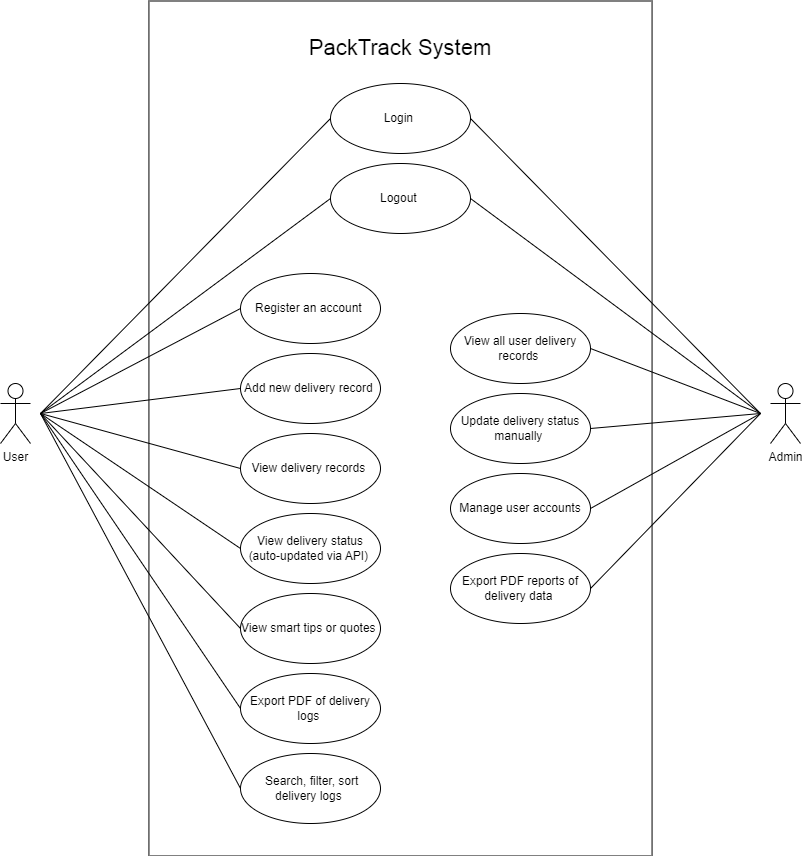
This is Documents/images/Diagrams/UseCase.drawio.png from rasha-2k/PackTrack, a draw.io export, as it was before one commit. Source tidied: cells renumbered, new cells last; positions are measured from the earlier drawing's top-left corner, leaving out a move shared by most shapes.
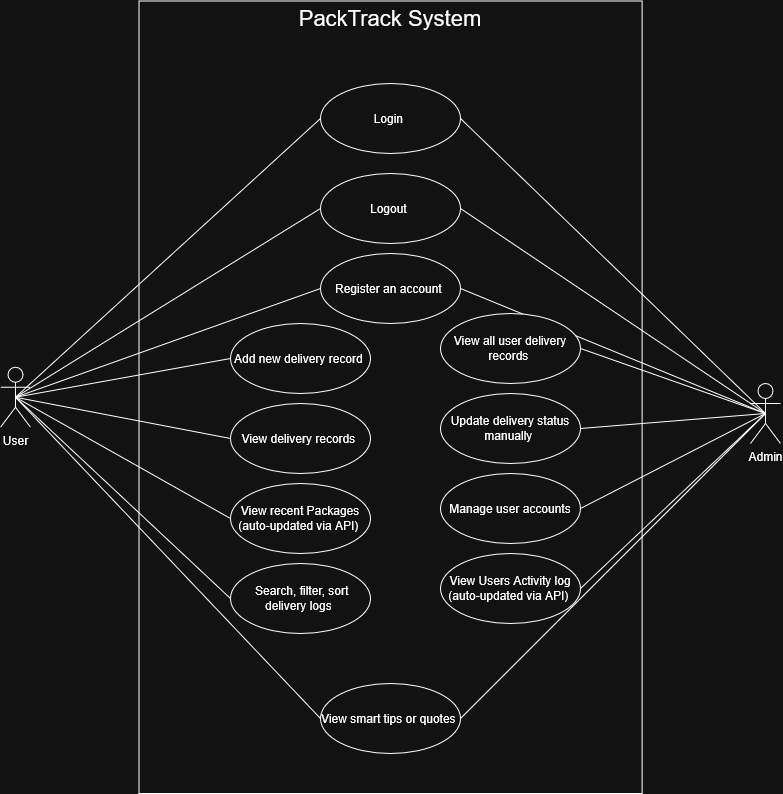
The same file after the commit.

Commit message:
Update Use Case diagram

What changed in the source:
```diff
@@ -2,131 +2,101 @@
   <root>
     <mxCell id="0" />
     <mxCell id="1" parent="0" />
+    <mxCell id="29" style="shape=rect;html=1;verticalAlign=top;fontStyle=1;whiteSpace=wrap;align=center;fillColor=default;" parent="1" vertex="1">
+      <mxGeometry x="148.4" y="-0.5" width="503.1" height="792.5" as="geometry" />
+    </mxCell>
-    <mxCell id="2" value="&lt;div&gt;&lt;span style=&quot;font-size: 12px;&quot;&gt;Register an account&amp;nbsp;&lt;/span&gt;&lt;/div&gt;" style="ellipse;whiteSpace=wrap;html=1;align=center;" parent="1" vertex="1">
-      <mxGeometry x="240" y="272" width="140" height="70" as="geometry" />
+    <mxCell id="2" value="&lt;div&gt;&lt;span style=&quot;font-size: 12px;&quot;&gt;&lt;font style=&quot;color: light-dark(rgb(0, 0, 0), rgb(255, 255, 255));&quot;&gt;Register an account&amp;nbsp;&lt;/font&gt;&lt;/span&gt;&lt;/div&gt;" style="ellipse;whiteSpace=wrap;html=1;align=center;fontColor=light-dark(#FFFFFF,#FFFFFF);" parent="1" vertex="1">
+      <mxGeometry x="330" y="252" width="140" height="70" as="geometry" />
     </mxCell>
-    <mxCell id="3" style="rounded=0;jettySize=auto;html=1;endArrow=none;startFill=0;entryX=1;entryY=0.5;entryDx=0;entryDy=0;" parent="1" edge="1" target="22">
-      <mxGeometry relative="1" as="geometry">
-        <mxPoint x="760" y="412" as="sourcePoint" />
-      </mxGeometry>
+    <mxCell id="3" style="rounded=0;jettySize=auto;html=1;endArrow=none;startFill=0;entryX=1;entryY=0.5;entryDx=0;entryDy=0;exitX=0.5;exitY=0.5;exitDx=0;exitDy=0;exitPerimeter=0;" parent="1" edge="1" source="7" target="22">
+      <mxGeometry relative="1" as="geometry" />
     </mxCell>
-    <mxCell id="4" style="rounded=0;jettySize=auto;html=1;entryX=1;entryY=0.5;entryDx=0;entryDy=0;endArrow=none;startFill=0;" parent="1" edge="1" target="23">
-      <mxGeometry relative="1" as="geometry">
-        <mxPoint x="760" y="412" as="sourcePoint" />
-      </mxGeometry>
+    <mxCell id="4" style="rounded=0;jettySize=auto;html=1;entryX=1;entryY=0.5;entryDx=0;entryDy=0;endArrow=none;startFill=0;exitX=0.5;exitY=0.5;exitDx=0;exitDy=0;exitPerimeter=0;" parent="1" edge="1" source="7" target="23">
+      <mxGeometry relative="1" as="geometry" />
     </mxCell>
-    <mxCell id="5" style="rounded=0;jettySize=auto;html=1;entryX=1;entryY=0.5;entryDx=0;entryDy=0;endArrow=none;startFill=0;" parent="1" edge="1" target="24">
-      <mxGeometry relative="1" as="geometry">
-        <mxPoint x="760" y="412" as="sourcePoint" />
-      </mxGeometry>
-    </mxCell>
-    <mxCell id="6" style="rounded=0;jettySize=auto;html=1;entryX=1;entryY=0.5;entryDx=0;entryDy=0;elbow=vertical;endArrow=none;startFill=0;" parent="1" edge="1" target="20">
-      <mxGeometry relative="1" as="geometry">
-        <mxPoint x="760" y="412" as="sourcePoint" />
-      </mxGeometry>
+    <mxCell id="6" style="rounded=0;jettySize=auto;html=1;entryX=1;entryY=0.5;entryDx=0;entryDy=0;elbow=vertical;endArrow=none;startFill=0;exitX=0.5;exitY=0.5;exitDx=0;exitDy=0;exitPerimeter=0;" parent="1" edge="1" source="7" target="20">
+      <mxGeometry relative="1" as="geometry" />
     </mxCell>
+    <mxCell id="34" style="edgeStyle=none;html=1;entryX=1;entryY=0.5;entryDx=0;entryDy=0;endArrow=none;endFill=0;exitX=0.5;exitY=0.5;exitDx=0;exitDy=0;exitPerimeter=0;" parent="1" edge="1" source="7" target="36">
+      <mxGeometry relative="1" as="geometry" />
+    </mxCell>
+    <mxCell id="35" style="edgeStyle=none;html=1;entryX=1;entryY=0.5;entryDx=0;entryDy=0;endArrow=none;endFill=0;exitX=0.5;exitY=0.5;exitDx=0;exitDy=0;exitPerimeter=0;" parent="1" edge="1" source="7" target="18">
+      <mxGeometry relative="1" as="geometry" />
+    </mxCell>
     <mxCell id="7" value="Admin" style="shape=umlActor;html=1;verticalLabelPosition=bottom;verticalAlign=top;align=center;" parent="1" vertex="1">
-      <mxGeometry x="770" y="382" width="30" height="60" as="geometry" />
+      <mxGeometry x="760" y="382" width="30" height="60" as="geometry" />
     </mxCell>
-    <mxCell id="8" style="rounded=0;jettySize=auto;html=1;entryX=0;entryY=0.5;entryDx=0;entryDy=0;endArrow=none;startFill=0;" parent="1" edge="1" target="2">
-      <mxGeometry relative="1" as="geometry">
-        <mxPoint x="40" y="412" as="sourcePoint" />
-      </mxGeometry>
+    <mxCell id="8" style="rounded=0;jettySize=auto;html=1;entryX=0;entryY=0.5;entryDx=0;entryDy=0;endArrow=none;startFill=0;exitX=0.5;exitY=0.5;exitDx=0;exitDy=0;exitPerimeter=0;" parent="1" edge="1" source="30" target="2">
+      <mxGeometry relative="1" as="geometry" />
     </mxCell>
-    <mxCell id="9" style="rounded=0;jettySize=auto;html=1;endArrow=none;startFill=0;entryX=0;entryY=0.5;entryDx=0;entryDy=0;" parent="1" edge="1" target="14">
-      <mxGeometry relative="1" as="geometry">
-        <mxPoint x="40" y="412" as="sourcePoint" />
-      </mxGeometry>
+    <mxCell id="9" style="rounded=0;jettySize=auto;html=1;endArrow=none;startFill=0;entryX=0;entryY=0.5;entryDx=0;entryDy=0;exitX=0.5;exitY=0.5;exitDx=0;exitDy=0;exitPerimeter=0;" parent="1" edge="1" source="30" target="14">
+      <mxGeometry relative="1" as="geometry" />
     </mxCell>
-    <mxCell id="10" style="rounded=0;jettySize=auto;html=1;entryX=0;entryY=0.5;entryDx=0;entryDy=0;endArrow=none;startFill=0;" parent="1" edge="1" target="15">
-      <mxGeometry relative="1" as="geometry">
-        <mxPoint x="40" y="412" as="sourcePoint" />
-      </mxGeometry>
+    <mxCell id="10" style="rounded=0;jettySize=auto;html=1;entryX=0;entryY=0.5;entryDx=0;entryDy=0;endArrow=none;startFill=0;exitX=0.5;exitY=0.5;exitDx=0;exitDy=0;exitPerimeter=0;" parent="1" edge="1" source="30" target="15">
+      <mxGeometry relative="1" as="geometry" />
     </mxCell>
-    <mxCell id="11" style="rounded=0;jettySize=auto;html=1;entryX=0;entryY=0.5;entryDx=0;entryDy=0;endArrow=none;startFill=0;" parent="1" edge="1" target="18">
-      <mxGeometry relative="1" as="geometry">
-        <mxPoint x="40" y="412" as="sourcePoint" />
-      </mxGeometry>
+    <mxCell id="11" style="rounded=0;jettySize=auto;html=1;entryX=0;entryY=0.5;entryDx=0;entryDy=0;endArrow=none;startFill=0;exitX=0.5;exitY=0.5;exitDx=0;exitDy=0;exitPerimeter=0;" parent="1" edge="1" source="30" target="18">
+      <mxGeometry relative="1" as="geometry" />
     </mxCell>
-    <mxCell id="12" style="rounded=0;jettySize=auto;html=1;entryX=0;entryY=0.5;entryDx=0;entryDy=0;endArrow=none;startFill=0;" parent="1" edge="1" target="19">
-      <mxGeometry relative="1" as="geometry">
-        <mxPoint x="40" y="412" as="sourcePoint" />
-      </mxGeometry>
-    </mxCell>
-    <mxCell id="13" style="rounded=0;jettySize=auto;html=1;endArrow=none;startFill=0;exitX=1;exitY=0.5;exitDx=0;exitDy=0;" parent="1" edge="1" source="14">
-      <mxGeometry relative="1" as="geometry">
-        <mxPoint x="760" y="412" as="targetPoint" />
-      </mxGeometry>
+    <mxCell id="13" style="rounded=0;jettySize=auto;html=1;endArrow=none;startFill=0;exitX=1;exitY=0.5;exitDx=0;exitDy=0;entryX=0.5;entryY=0.5;entryDx=0;entryDy=0;entryPerimeter=0;" parent="1" edge="1" source="14" target="7">
+      <mxGeometry relative="1" as="geometry" />
     </mxCell>
-    <mxCell id="14" value="&lt;span style=&quot;font-size: 12px;&quot;&gt;Login&amp;nbsp;&lt;/span&gt;" style="ellipse;whiteSpace=wrap;html=1;" parent="1" vertex="1">
+    <mxCell id="14" value="&lt;span style=&quot;font-size: 12px;&quot;&gt;&lt;font style=&quot;color: light-dark(rgb(0, 0, 0), rgb(255, 255, 255));&quot;&gt;Login&amp;nbsp;&lt;/font&gt;&lt;/span&gt;" style="ellipse;whiteSpace=wrap;html=1;" parent="1" vertex="1">
       <mxGeometry x="330" y="82" width="140" height="70" as="geometry" />
     </mxCell>
-    <mxCell id="15" value="&lt;div style=&quot;&quot;&gt;&lt;div&gt;Add new delivery record&amp;nbsp;&lt;/div&gt;&lt;/div&gt;" style="ellipse;whiteSpace=wrap;html=1;align=center;" parent="1" vertex="1">
-      <mxGeometry x="240" y="352" width="140" height="70" as="geometry" />
+    <mxCell id="15" value="&lt;div style=&quot;&quot;&gt;&lt;div&gt;&lt;font style=&quot;color: light-dark(rgb(0, 0, 0), rgb(255, 255, 255));&quot;&gt;Add new delivery record&amp;nbsp;&lt;/font&gt;&lt;/div&gt;&lt;/div&gt;" style="ellipse;whiteSpace=wrap;html=1;align=center;fontColor=light-dark(#FFFFFF,#FFFFFF);" parent="1" vertex="1">
+      <mxGeometry x="240" y="322" width="140" height="70" as="geometry" />
     </mxCell>
-    <mxCell id="16" value="&lt;div style=&quot;&quot;&gt;&lt;div&gt;&lt;div&gt;&lt;span style=&quot;font-size: 12px;&quot;&gt;View delivery records&amp;nbsp;&lt;/span&gt;&lt;/div&gt;&lt;/div&gt;&lt;/div&gt;" style="ellipse;whiteSpace=wrap;html=1;align=center;" parent="1" vertex="1">
-      <mxGeometry x="240" y="432" width="140" height="70" as="geometry" />
+    <mxCell id="16" value="&lt;div style=&quot;&quot;&gt;&lt;div&gt;&lt;div&gt;&lt;span style=&quot;font-size: 12px;&quot;&gt;&lt;font style=&quot;color: light-dark(rgb(0, 0, 0), rgb(255, 255, 255));&quot;&gt;View delivery records&amp;nbsp;&lt;/font&gt;&lt;/span&gt;&lt;/div&gt;&lt;/div&gt;&lt;/div&gt;" style="ellipse;whiteSpace=wrap;html=1;align=center;fontColor=light-dark(#FFFFFF,#FFFFFF);" parent="1" vertex="1">
+      <mxGeometry x="240" y="402" width="140" height="70" as="geometry" />
     </mxCell>
-    <mxCell id="17" value="&lt;div style=&quot;&quot;&gt;&lt;div&gt;&lt;div&gt;&lt;div&gt;&lt;span style=&quot;font-size: 12px;&quot;&gt;View delivery status (auto-updated via API)&amp;nbsp;&lt;/span&gt;&lt;/div&gt;&lt;/div&gt;&lt;/div&gt;&lt;/div&gt;" style="ellipse;whiteSpace=wrap;html=1;align=center;" parent="1" vertex="1">
-      <mxGeometry x="240" y="512" width="140" height="70" as="geometry" />
+    <mxCell id="17" value="&lt;div style=&quot;&quot;&gt;&lt;div&gt;&lt;div&gt;&lt;div&gt;&lt;span style=&quot;font-size: 12px;&quot;&gt;&lt;font style=&quot;color: light-dark(rgb(0, 0, 0), rgb(255, 255, 255));&quot;&gt;View recent Packages (auto-updated via API)&amp;nbsp;&lt;/font&gt;&lt;/span&gt;&lt;/div&gt;&lt;/div&gt;&lt;/div&gt;&lt;/div&gt;" style="ellipse;whiteSpace=wrap;html=1;align=center;fontColor=light-dark(#FFFFFF,#FFFFFF);" parent="1" vertex="1">
+      <mxGeometry x="240" y="482" width="140" height="70" as="geometry" />
     </mxCell>
-    <mxCell id="18" value="&lt;div style=&quot;&quot;&gt;&lt;div&gt;&lt;div&gt;&lt;div&gt;&lt;div&gt;&lt;span style=&quot;font-size: 12px;&quot;&gt;View smart tips or quotes&amp;nbsp;&lt;/span&gt;&lt;/div&gt;&lt;/div&gt;&lt;/div&gt;&lt;/div&gt;&lt;/div&gt;" style="ellipse;whiteSpace=wrap;html=1;align=center;" parent="1" vertex="1">
-      <mxGeometry x="240" y="592" width="140" height="70" as="geometry" />
+    <mxCell id="18" value="&lt;div style=&quot;&quot;&gt;&lt;div&gt;&lt;div&gt;&lt;div&gt;&lt;div&gt;&lt;span style=&quot;font-size: 12px;&quot;&gt;&lt;font style=&quot;color: light-dark(rgb(0, 0, 0), rgb(255, 255, 255));&quot;&gt;View smart tips or quotes&amp;nbsp;&lt;/font&gt;&lt;/span&gt;&lt;/div&gt;&lt;/div&gt;&lt;/div&gt;&lt;/div&gt;&lt;/div&gt;" style="ellipse;whiteSpace=wrap;html=1;align=center;fontColor=light-dark(#FFFFFF,#FFFFFF);" parent="1" vertex="1">
+      <mxGeometry x="330" y="682" width="140" height="70" as="geometry" />
     </mxCell>
-    <mxCell id="19" value="&lt;div style=&quot;&quot;&gt;&lt;div&gt;&lt;div&gt;&lt;div&gt;&lt;div&gt;&lt;span style=&quot;font-size: 12px;&quot;&gt;Export PDF of delivery logs&amp;nbsp;&lt;/span&gt;&lt;/div&gt;&lt;/div&gt;&lt;/div&gt;&lt;/div&gt;&lt;/div&gt;" style="ellipse;whiteSpace=wrap;html=1;align=center;" parent="1" vertex="1">
-      <mxGeometry x="240" y="672" width="140" height="70" as="geometry" />
-    </mxCell>
-    <mxCell id="20" value="&lt;div style=&quot;text-align: start;&quot;&gt;&lt;div&gt;&lt;div&gt;&lt;div&gt;&lt;div&gt;&lt;span style=&quot;font-size: 12px;&quot;&gt;Logout&amp;nbsp;&lt;/span&gt;&lt;br&gt;&lt;/div&gt;&lt;/div&gt;&lt;/div&gt;&lt;/div&gt;&lt;/div&gt;" style="ellipse;whiteSpace=wrap;html=1;" parent="1" vertex="1">
-      <mxGeometry x="330" y="162" width="140" height="70" as="geometry" />
+    <mxCell id="20" value="&lt;div style=&quot;text-align: start;&quot;&gt;&lt;div&gt;&lt;div&gt;&lt;div&gt;&lt;div&gt;&lt;span style=&quot;font-size: 12px;&quot;&gt;&lt;font style=&quot;color: light-dark(rgb(0, 0, 0), rgb(255, 255, 255));&quot;&gt;Logout&amp;nbsp;&lt;/font&gt;&lt;/span&gt;&lt;br&gt;&lt;/div&gt;&lt;/div&gt;&lt;/div&gt;&lt;/div&gt;&lt;/div&gt;" style="ellipse;whiteSpace=wrap;html=1;" parent="1" vertex="1">
+      <mxGeometry x="330" y="172" width="140" height="70" as="geometry" />
     </mxCell>
-    <mxCell id="21" value="&lt;div style=&quot;&quot;&gt;&lt;div&gt;&lt;div&gt;&lt;div&gt;&lt;div&gt;&lt;div&gt;&lt;div&gt;&lt;span style=&quot;font-size: 12px;&quot;&gt;View all user delivery records&amp;nbsp;&lt;/span&gt;&lt;/div&gt;&lt;/div&gt;&lt;/div&gt;&lt;/div&gt;&lt;/div&gt;&lt;/div&gt;&lt;/div&gt;" style="ellipse;whiteSpace=wrap;html=1;align=center;" parent="1" vertex="1">
-      <mxGeometry x="450" y="312" width="140" height="70" as="geometry" />
-    </mxCell>
-    <mxCell id="22" value="&lt;div style=&quot;&quot;&gt;&lt;div&gt;&lt;div&gt;&lt;div&gt;&lt;div&gt;&lt;div&gt;&lt;div&gt;&lt;div&gt;&lt;span style=&quot;font-size: 12px;&quot;&gt;Update delivery status manually&amp;nbsp;&lt;/span&gt;&lt;/div&gt;&lt;/div&gt;&lt;/div&gt;&lt;/div&gt;&lt;/div&gt;&lt;/div&gt;&lt;/div&gt;&lt;/div&gt;" style="ellipse;whiteSpace=wrap;html=1;align=center;" parent="1" vertex="1">
+    <mxCell id="22" value="&lt;div style=&quot;&quot;&gt;&lt;div&gt;&lt;div&gt;&lt;div&gt;&lt;div&gt;&lt;div&gt;&lt;div&gt;&lt;div&gt;&lt;span style=&quot;font-size: 12px;&quot;&gt;&lt;font style=&quot;color: light-dark(rgb(0, 0, 0), rgb(255, 255, 255));&quot;&gt;Update delivery status manually&amp;nbsp;&lt;/font&gt;&lt;/span&gt;&lt;/div&gt;&lt;/div&gt;&lt;/div&gt;&lt;/div&gt;&lt;/div&gt;&lt;/div&gt;&lt;/div&gt;&lt;/div&gt;" style="ellipse;whiteSpace=wrap;html=1;align=center;fontColor=light-dark(#FFFFFF,#FFFFFF);" parent="1" vertex="1">
       <mxGeometry x="450" y="392" width="140" height="70" as="geometry" />
     </mxCell>
-    <mxCell id="23" value="&lt;div style=&quot;&quot;&gt;Manage user accounts&lt;br&gt;&lt;/div&gt;" style="ellipse;whiteSpace=wrap;html=1;align=center;" parent="1" vertex="1">
+    <mxCell id="23" value="&lt;div style=&quot;&quot;&gt;&lt;font style=&quot;color: light-dark(rgb(0, 0, 0), rgb(255, 255, 255));&quot;&gt;Manage user accounts&lt;/font&gt;&lt;br&gt;&lt;/div&gt;" style="ellipse;whiteSpace=wrap;html=1;align=center;fontColor=light-dark(#FFFFFF,#FFFFFF);" parent="1" vertex="1">
       <mxGeometry x="450" y="472" width="140" height="70" as="geometry" />
     </mxCell>
-    <mxCell id="24" value="&lt;div style=&quot;&quot;&gt;&lt;div&gt;&lt;div&gt;&lt;div&gt;&lt;div&gt;&lt;div&gt;&lt;div&gt;&lt;div&gt;&lt;div&gt;&lt;span style=&quot;font-size: 12px;&quot;&gt;Export PDF reports of delivery data&amp;nbsp;&lt;/span&gt;&lt;/div&gt;&lt;/div&gt;&lt;/div&gt;&lt;/div&gt;&lt;/div&gt;&lt;/div&gt;&lt;/div&gt;&lt;/div&gt;&lt;/div&gt;" style="ellipse;whiteSpace=wrap;html=1;align=center;" parent="1" vertex="1">
-      <mxGeometry x="450" y="552" width="140" height="70" as="geometry" />
-    </mxCell>
-    <mxCell id="25" style="rounded=0;jettySize=auto;html=1;entryX=0;entryY=0.5;entryDx=0;entryDy=0;endArrow=none;startFill=0;" parent="1" edge="1" target="16">
-      <mxGeometry relative="1" as="geometry">
-        <mxPoint x="40" y="412" as="sourcePoint" />
-      </mxGeometry>
+    <mxCell id="25" style="rounded=0;jettySize=auto;html=1;entryX=0;entryY=0.5;entryDx=0;entryDy=0;endArrow=none;startFill=0;exitX=0.5;exitY=0.5;exitDx=0;exitDy=0;exitPerimeter=0;" parent="1" edge="1" source="30" target="16">
+      <mxGeometry relative="1" as="geometry" />
     </mxCell>
-    <mxCell id="26" style="rounded=0;jettySize=auto;html=1;entryX=0;entryY=0.5;entryDx=0;entryDy=0;endArrow=none;startFill=0;" parent="1" edge="1" target="17">
-      <mxGeometry relative="1" as="geometry">
-        <mxPoint x="40" y="412" as="sourcePoint" />
-      </mxGeometry>
+    <mxCell id="26" style="rounded=0;jettySize=auto;html=1;entryX=0;entryY=0.5;entryDx=0;entryDy=0;endArrow=none;startFill=0;exitX=0.5;exitY=0.5;exitDx=0;exitDy=0;exitPerimeter=0;" parent="1" edge="1" source="30" target="17">
+      <mxGeometry relative="1" as="geometry" />
     </mxCell>
-    <mxCell id="27" style="rounded=0;jettySize=auto;html=1;entryX=0;entryY=0.5;entryDx=0;entryDy=0;endArrow=none;startFill=0;" parent="1" edge="1" target="20">
-      <mxGeometry relative="1" as="geometry">
-        <mxPoint x="40" y="412" as="sourcePoint" />
-      </mxGeometry>
+    <mxCell id="27" style="rounded=0;jettySize=auto;html=1;entryX=0;entryY=0.5;entryDx=0;entryDy=0;endArrow=none;startFill=0;exitX=0.5;exitY=0.5;exitDx=0;exitDy=0;exitPerimeter=0;" parent="1" edge="1" source="30" target="20">
+      <mxGeometry relative="1" as="geometry" />
     </mxCell>
-    <mxCell id="28" style="rounded=0;jettySize=auto;html=1;entryX=1;entryY=0.5;entryDx=0;entryDy=0;endArrow=none;startFill=0;" parent="1" edge="1" target="21">
-      <mxGeometry relative="1" as="geometry">
-        <mxPoint x="760" y="412" as="sourcePoint" />
-      </mxGeometry>
-    </mxCell>
-    <mxCell id="29" style="shape=rect;html=1;verticalAlign=top;fontStyle=1;whiteSpace=wrap;align=center;fillColor=none;" parent="1" vertex="1">
-      <mxGeometry x="148.4" y="-0.5" width="503.1" height="855" as="geometry" />
-    </mxCell>
     <mxCell id="30" value="User" style="shape=umlActor;html=1;verticalLabelPosition=bottom;verticalAlign=top;align=center;" parent="1" vertex="1">
-      <mxGeometry y="382" width="30" height="60" as="geometry" />
+      <mxGeometry x="10" y="365.8" width="30" height="60" as="geometry" />
     </mxCell>
     <mxCell id="31" value="PackTrack System" style="text;html=1;align=center;verticalAlign=middle;whiteSpace=wrap;rounded=0;fontSize=22;fontStyle=0;" parent="1" vertex="1">
-      <mxGeometry x="300" y="32" width="200" height="30" as="geometry" />
+      <mxGeometry x="300" y="2" width="200" height="30" as="geometry" />
     </mxCell>
-    <mxCell id="32" style="rounded=0;jettySize=auto;html=1;exitX=0;exitY=0.5;exitDx=0;exitDy=0;endArrow=none;startFill=0;" parent="1" edge="1" source="33">
-      <mxGeometry relative="1" as="geometry">
-        <mxPoint x="40" y="412" as="targetPoint" />
-      </mxGeometry>
+    <mxCell id="32" style="rounded=0;jettySize=auto;html=1;exitX=0;exitY=0.5;exitDx=0;exitDy=0;endArrow=none;startFill=0;entryX=0.5;entryY=0.5;entryDx=0;entryDy=0;entryPerimeter=0;" parent="1" edge="1" source="33" target="30">
+      <mxGeometry relative="1" as="geometry" />
     </mxCell>
-    <mxCell id="33" value="&lt;div style=&quot;&quot;&gt;&lt;font&gt;&amp;nbsp;Search, filter, sort delivery logs&amp;nbsp;&lt;/font&gt;&lt;br&gt;&lt;/div&gt;" style="ellipse;whiteSpace=wrap;html=1;align=center;" parent="1" vertex="1">
-      <mxGeometry x="240" y="752" width="140" height="70" as="geometry" />
+    <mxCell id="33" value="&lt;div style=&quot;&quot;&gt;&lt;font style=&quot;color: light-dark(rgb(0, 0, 0), rgb(255, 255, 255));&quot;&gt;&amp;nbsp;Search, filter, sort delivery logs&amp;nbsp;&lt;/font&gt;&lt;br&gt;&lt;/div&gt;" style="ellipse;whiteSpace=wrap;html=1;align=center;fontColor=light-dark(#FFFFFF,#FFFFFF);" parent="1" vertex="1">
+      <mxGeometry x="240" y="562" width="140" height="70" as="geometry" />
     </mxCell>
+    <mxCell id="36" value="&lt;div style=&quot;&quot;&gt;&lt;span&gt;&lt;font style=&quot;color: light-dark(rgb(192, 192, 192), rgb(255, 255, 255));&quot;&gt;View Users Activity log&lt;br&gt;(auto-updated via API)&amp;nbsp;&lt;/font&gt;&lt;/span&gt;&lt;/div&gt;" style="ellipse;whiteSpace=wrap;html=1;align=center;" parent="1" vertex="1">
+      <mxGeometry x="450" y="552" width="140" height="70" as="geometry" />
+    </mxCell>
+    <mxCell id="28" style="rounded=0;jettySize=auto;html=1;entryX=1;entryY=0.5;entryDx=0;entryDy=0;endArrow=none;startFill=0;exitX=0.5;exitY=0.5;exitDx=0;exitDy=0;exitPerimeter=0;" parent="1" edge="1" source="7" target="21">
+      <mxGeometry relative="1" as="geometry" />
+    </mxCell>
+    <mxCell id="37" style="rounded=0;jettySize=auto;html=1;endArrow=none;startFill=0;exitX=1;exitY=0.5;exitDx=0;exitDy=0;entryX=0.5;entryY=0.5;entryDx=0;entryDy=0;entryPerimeter=0;" parent="1" edge="1" source="2" target="7">
+      <mxGeometry relative="1" as="geometry" />
+    </mxCell>
+    <mxCell id="21" value="&lt;div style=&quot;&quot;&gt;&lt;div&gt;&lt;div&gt;&lt;div&gt;&lt;div&gt;&lt;div&gt;&lt;div&gt;&lt;span style=&quot;font-size: 12px;&quot;&gt;&lt;font style=&quot;color: light-dark(rgb(0, 0, 0), rgb(255, 255, 255));&quot;&gt;View all user delivery records&amp;nbsp;&lt;/font&gt;&lt;/span&gt;&lt;/div&gt;&lt;/div&gt;&lt;/div&gt;&lt;/div&gt;&lt;/div&gt;&lt;/div&gt;&lt;/div&gt;" style="ellipse;whiteSpace=wrap;html=1;align=center;fontColor=light-dark(#FFFFFF,#FFFFFF);" parent="1" vertex="1">
+      <mxGeometry x="450" y="312" width="140" height="70" as="geometry" />
+    </mxCell>
   </root>
 </mxGraphModel>
```
